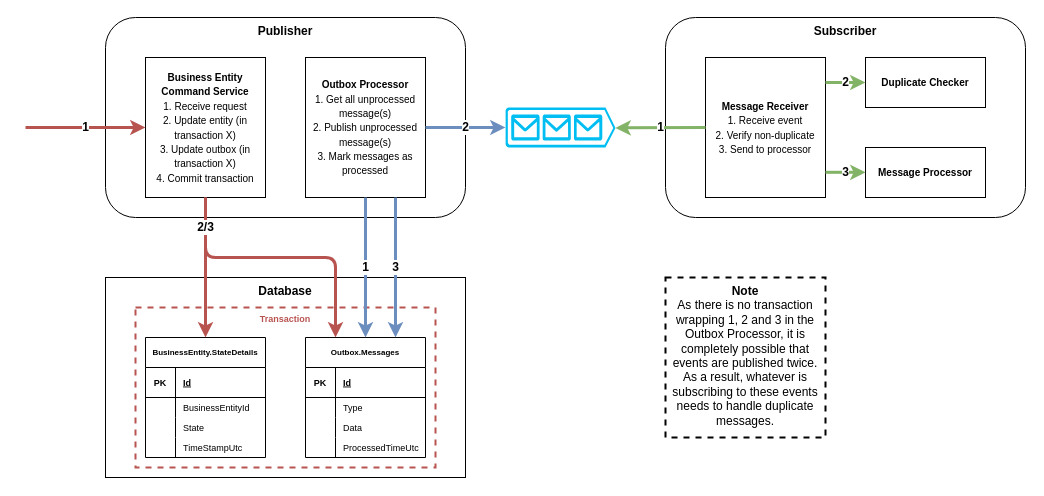
Earlier version of the draw.io diagram docs/OutboxPatternDiagram.drawio (benchiverton/OutboxPatternDemo). Source tidied: cells renumbered, new cells numbered last; positions are measured from the earlier drawing's top-left corner, leaving out a move shared by most shapes. Both pictures are drawn from the tidied source at 100%, with x=0, y=0 at pixel (25, 17).
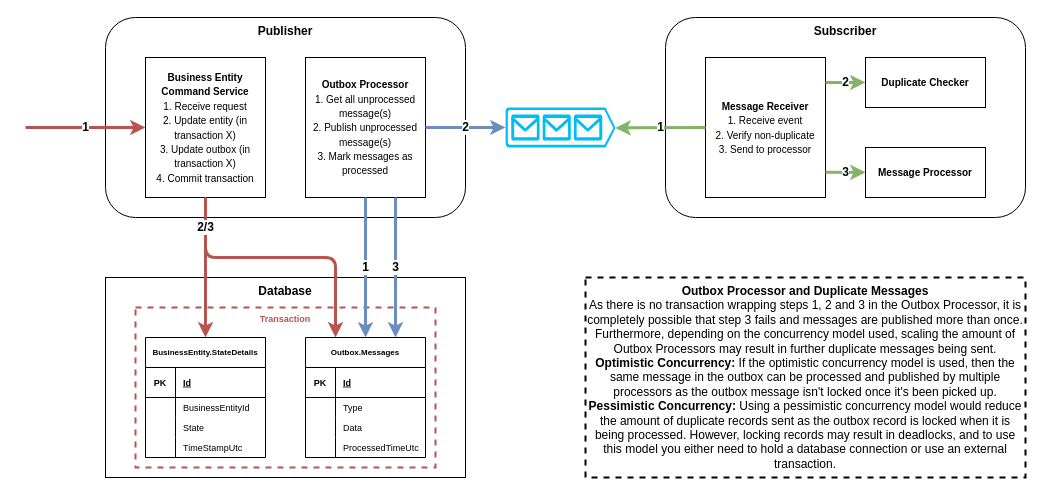
After the change.

The edit, as a diff of the source:
```diff
@@
-    <mxCell id="40" value="&lt;b&gt;Note&lt;/b&gt;&lt;br&gt;As there is no transaction wrapping 1, 2 and 3 in the Outbox Processor, it is completely possible that events are published twice. As a result, whatever is subscribing to these events needs to handle duplicate messages." style="rounded=0;whiteSpace=wrap;html=1;dashed=1;strokeWidth=2;fillColor=none;fontSize=12;verticalAlign=top;" parent="1" vertex="1">
-      <mxGeometry x="640" y="260" width="160" height="160" as="geometry" />
+    <mxCell id="40" value="&lt;b&gt;Outbox Processor and Duplicate Messages&lt;/b&gt;&lt;br&gt;As there is no transaction wrapping steps&amp;nbsp;1, 2 and 3 in the Outbox Processor, it is completely possible that step 3&lt;i&gt;&amp;nbsp;&lt;/i&gt;fails and messages are published more than once. Furthermore, depending on the concurrency model used, scaling the amount of Outbox Processors may result in further duplicate messages being sent.&lt;br&gt;&lt;b&gt;Optimistic Concurrency: &lt;/b&gt;If the optimistic concurrency model is used, then the same message in the outbox can be processed and published by multiple processors as the outbox message isn't locked once it's been picked up. &lt;br&gt;&lt;b&gt;Pessimistic Concurrency:&amp;nbsp;&lt;/b&gt;Using a pessimistic concurrency model would reduce the amount of duplicate records sent as the outbox record is locked when it is being processed. However, locking records may result in deadlocks, and to use this model you either need to hold a database connection or use an external transaction." style="rounded=0;whiteSpace=wrap;html=1;dashed=1;strokeWidth=2;fillColor=none;fontSize=12;verticalAlign=top;" parent="1" vertex="1">
+      <mxGeometry x="560" y="260" width="440" height="200" as="geometry" />
     </mxCell>
```
